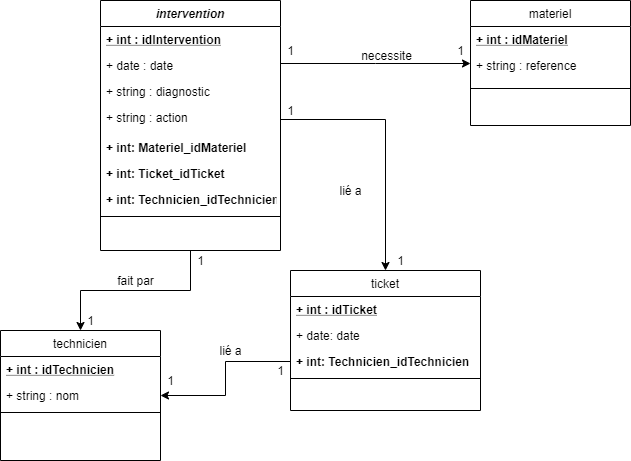
Earlier version of the draw.io export img/db_exercice.png (WeeabooDono/DB_EXO_01). Source tidied: cells renumbered, new cells last; positions are measured from the earlier drawing's top-left corner, leaving out a move shared by most shapes.
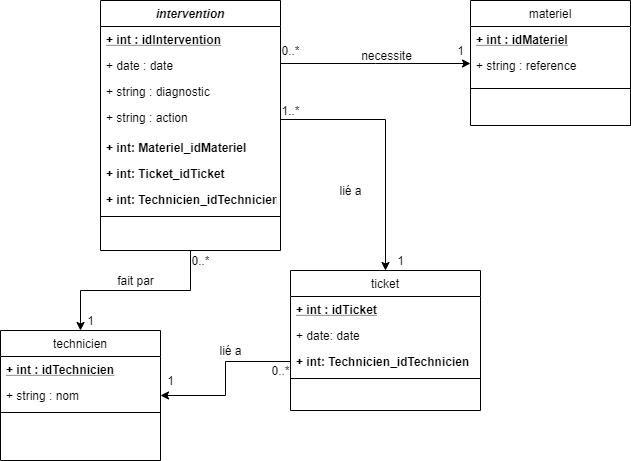
After the change.

The edit, as a diff of the source:
```diff
@@ -102,20 +102,20 @@
     <mxCell id="33" value="1" style="text;html=1;align=center;verticalAlign=middle;" parent="1" vertex="1">
       <mxGeometry x="80" y="310" width="20" height="20" as="geometry" />
     </mxCell>
-    <mxCell id="34" value="1" style="text;html=1;align=center;verticalAlign=middle;" parent="1" vertex="1">
-      <mxGeometry x="190" y="250" width="20" height="20" as="geometry" />
+    <mxCell id="34" value="0..*" style="text;html=1;align=center;verticalAlign=middle;" parent="1" vertex="1">
+      <mxGeometry x="185" y="250" width="30" height="20" as="geometry" />
     </mxCell>
-    <mxCell id="35" value="1" style="text;html=1;align=center;verticalAlign=middle;" parent="1" vertex="1">
-      <mxGeometry x="270" y="360" width="20" height="20" as="geometry" />
+    <mxCell id="35" value="0..*" style="text;html=1;align=center;verticalAlign=middle;" parent="1" vertex="1">
+      <mxGeometry x="265" y="360" width="30" height="20" as="geometry" />
     </mxCell>
-    <mxCell id="36" value="1" style="text;html=1;align=center;verticalAlign=middle;" parent="1" vertex="1">
-      <mxGeometry x="280" y="100" width="20" height="20" as="geometry" />
+    <mxCell id="36" value="1..*" style="text;html=1;align=center;verticalAlign=middle;" parent="1" vertex="1">
+      <mxGeometry x="275" y="100" width="30" height="20" as="geometry" />
     </mxCell>
     <mxCell id="37" value="1" style="text;html=1;align=center;verticalAlign=middle;" parent="1" vertex="1">
       <mxGeometry x="390" y="250" width="20" height="20" as="geometry" />
     </mxCell>
-    <mxCell id="38" value="1" style="text;html=1;align=center;verticalAlign=middle;" parent="1" vertex="1">
-      <mxGeometry x="280" y="40" width="20" height="20" as="geometry" />
+    <mxCell id="38" value="0..*" style="text;html=1;align=center;verticalAlign=middle;" parent="1" vertex="1">
+      <mxGeometry x="275" y="40" width="30" height="20" as="geometry" />
     </mxCell>
     <mxCell id="39" value="1" style="text;html=1;align=center;verticalAlign=middle;" parent="1" vertex="1">
       <mxGeometry x="450" y="40" width="20" height="20" as="geometry" />
```
